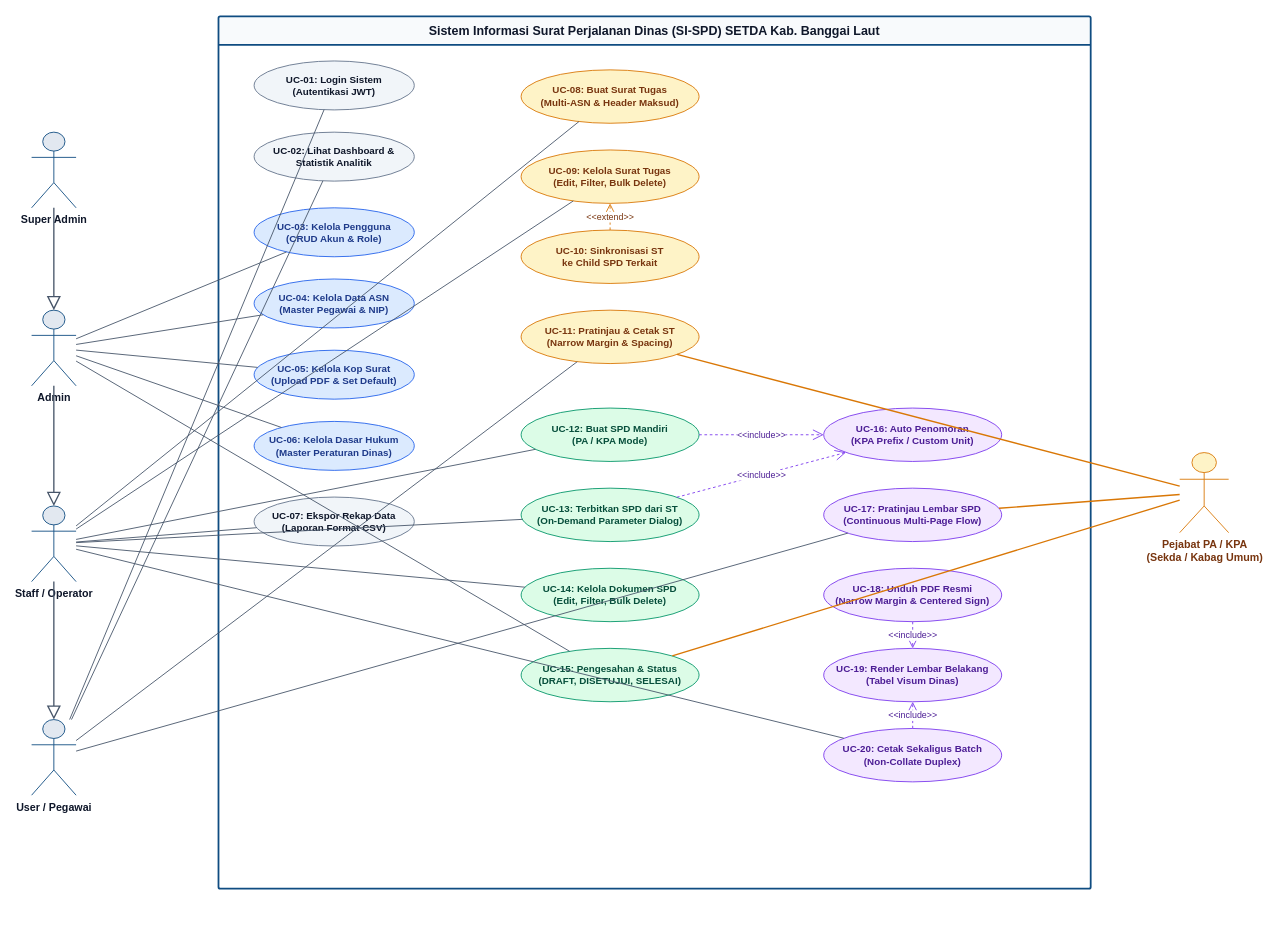
Before: docs/usecase-diagram.drawio in earyanto30/e-spd-kab-banggai-laut, a draw.io diagram. Source tidied: cells renumbered, new cells numbered last; positions are measured from the earlier drawing's top-left corner, leaving out a move shared by most shapes. Both pictures are drawn from the tidied source at 89%, with x=0, y=0 at pixel (31, 16).
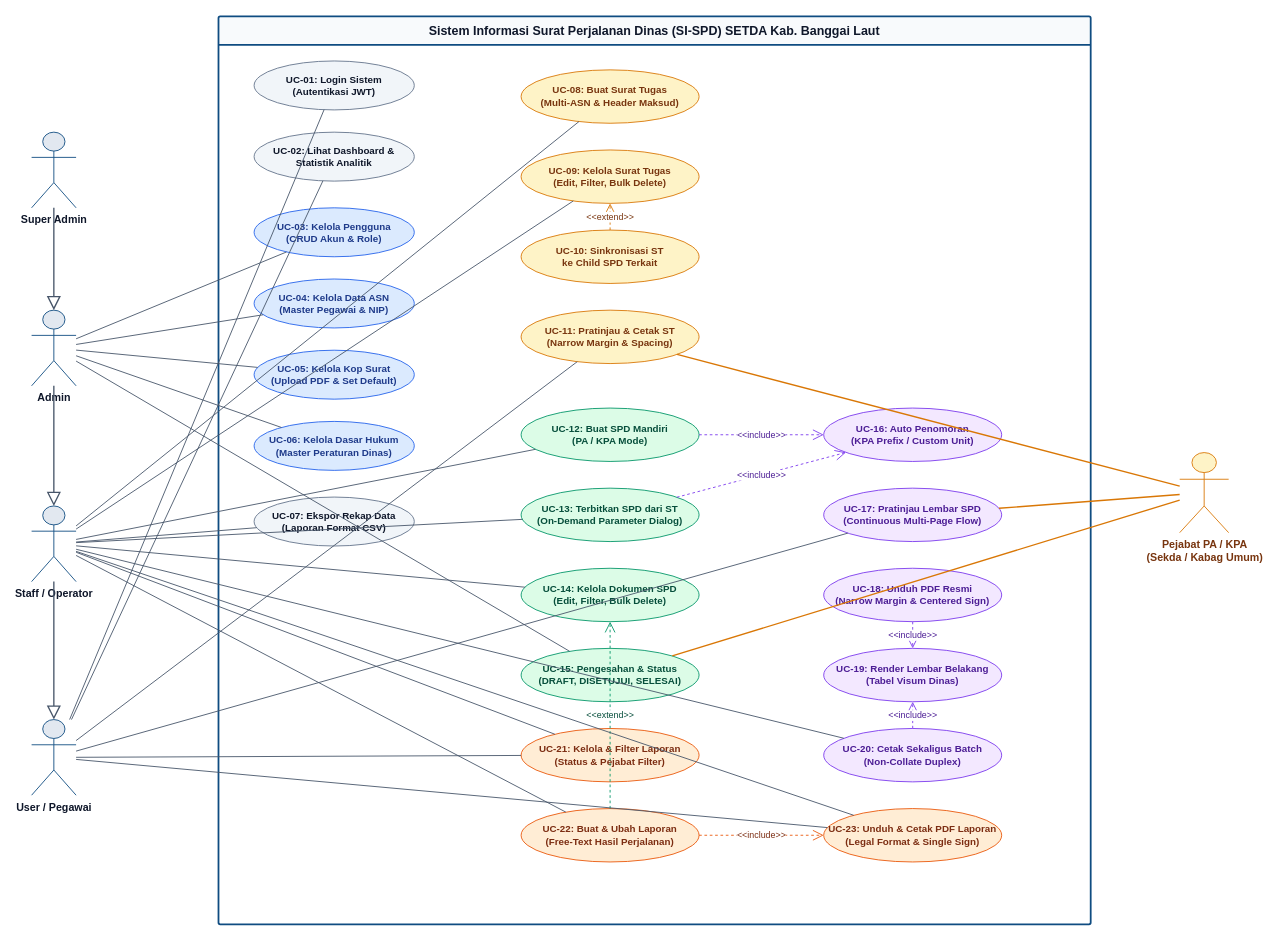
The same page after the edit.

Unchanged cells that the change refers to:
```xml
<mxCell id="5" value="Staff / Operator" style="shape=umlActor;verticalLabelPosition=bottom;verticalAlign=top;html=1;outlineConnect=0;fillColor=#e2e8f0;strokeColor=#0f4c81;fontStyle=1;fontColor=#0f172a;fontSize=12;" parent="1" vertex="1">
  <mxGeometry y="550" width="50" height="85" as="geometry" />
</mxCell>
<mxCell id="6" value="User / Pegawai" style="shape=umlActor;verticalLabelPosition=bottom;verticalAlign=top;html=1;outlineConnect=0;fillColor=#e2e8f0;strokeColor=#0f4c81;fontStyle=1;fontColor=#0f172a;fontSize=12;" parent="1" vertex="1">
  <mxGeometry y="790" width="50" height="85" as="geometry" />
</mxCell>
<mxCell id="24" value="UC-14: Kelola Dokumen SPD&#10;(Edit, Filter, Bulk Delete)" style="ellipse;whiteSpace=wrap;html=1;fillColor=#dcfce7;strokeColor=#059669;fontColor=#064e3b;fontSize=11;fontStyle=1;" parent="2" vertex="1">
  <mxGeometry x="340" y="620" width="200" height="60" as="geometry" />
</mxCell>
```

Change to the diagram source:
```diff
@@
     <mxCell id="2" value="Sistem Informasi Surat Perjalanan Dinas (SI-SPD) SETDA Kab. Banggai Laut" style="swimlane;whiteSpace=wrap;html=1;startSize=32;fillColor=#f8fafc;strokeColor=#0f4c81;fontColor=#0f172a;fontSize=14;fontStyle=1;rounded=1;arcSize=2;strokeWidth=2;" parent="1" vertex="1">
-      <mxGeometry x="210" width="980" height="980" as="geometry" />
+      <mxGeometry x="210" width="980" height="1020" as="geometry" />
     </mxCell>
@@
+    <mxCell id="55" value="UC-21: Kelola &amp; Filter Laporan&#10;(Status &amp; Pejabat Filter)" style="ellipse;whiteSpace=wrap;html=1;fillColor=#ffedd5;strokeColor=#ea580c;fontColor=#7c2d12;fontSize=11;fontStyle=1;" parent="2" vertex="1">
+      <mxGeometry x="340" y="800" width="200" height="60" as="geometry" />
+    </mxCell>
+    <mxCell id="56" value="UC-22: Buat &amp; Ubah Laporan&#10;(Free-Text Hasil Perjalanan)" style="ellipse;whiteSpace=wrap;html=1;fillColor=#ffedd5;strokeColor=#ea580c;fontColor=#7c2d12;fontSize=11;fontStyle=1;" parent="2" vertex="1">
+      <mxGeometry x="340" y="890" width="200" height="60" as="geometry" />
+    </mxCell>
+    <mxCell id="57" value="UC-23: Unduh &amp; Cetak PDF Laporan&#10;(Legal Format &amp; Single Sign)" style="ellipse;whiteSpace=wrap;html=1;fillColor=#ffedd5;strokeColor=#ea580c;fontColor=#7c2d12;fontSize=11;fontStyle=1;" parent="2" vertex="1">
+      <mxGeometry x="680" y="890" width="200" height="60" as="geometry" />
+    </mxCell>
@@
+    <mxCell id="58" value="&amp;lt;&amp;lt;include&amp;gt;&amp;gt;" style="endArrow=open;endSize=10;dashed=1;html=1;rounded=0;strokeColor=#ea580c;fontColor=#7c2d12;fontSize=10;" parent="2" edge="1" source="56" target="57">
+      <mxGeometry relative="1" as="geometry" />
+    </mxCell>
+    <mxCell id="59" value="&amp;lt;&amp;lt;extend&amp;gt;&amp;gt;" style="endArrow=open;endSize=10;dashed=1;html=1;rounded=0;strokeColor=#059669;fontColor=#064e3b;fontSize=10;" parent="2" edge="1" source="56" target="24">
+      <mxGeometry relative="1" as="geometry" />
+    </mxCell>
@@
+    <mxCell id="60" style="endArrow=none;html=1;rounded=0;strokeColor=#475569;" parent="1" edge="1" source="6" target="55">
+      <mxGeometry relative="1" as="geometry" />
+    </mxCell>
+    <mxCell id="61" style="endArrow=none;html=1;rounded=0;strokeColor=#475569;" parent="1" edge="1" source="6" target="57">
+      <mxGeometry relative="1" as="geometry" />
+    </mxCell>
@@
+    <mxCell id="62" style="endArrow=none;html=1;rounded=0;strokeColor=#475569;" parent="1" edge="1" source="5" target="55">
+      <mxGeometry relative="1" as="geometry" />
+    </mxCell>
+    <mxCell id="63" style="endArrow=none;html=1;rounded=0;strokeColor=#475569;" parent="1" edge="1" source="5" target="56">
+      <mxGeometry relative="1" as="geometry" />
+    </mxCell>
+    <mxCell id="64" style="endArrow=none;html=1;rounded=0;strokeColor=#475569;" parent="1" edge="1" source="5" target="57">
+      <mxGeometry relative="1" as="geometry" />
+    </mxCell>
```
